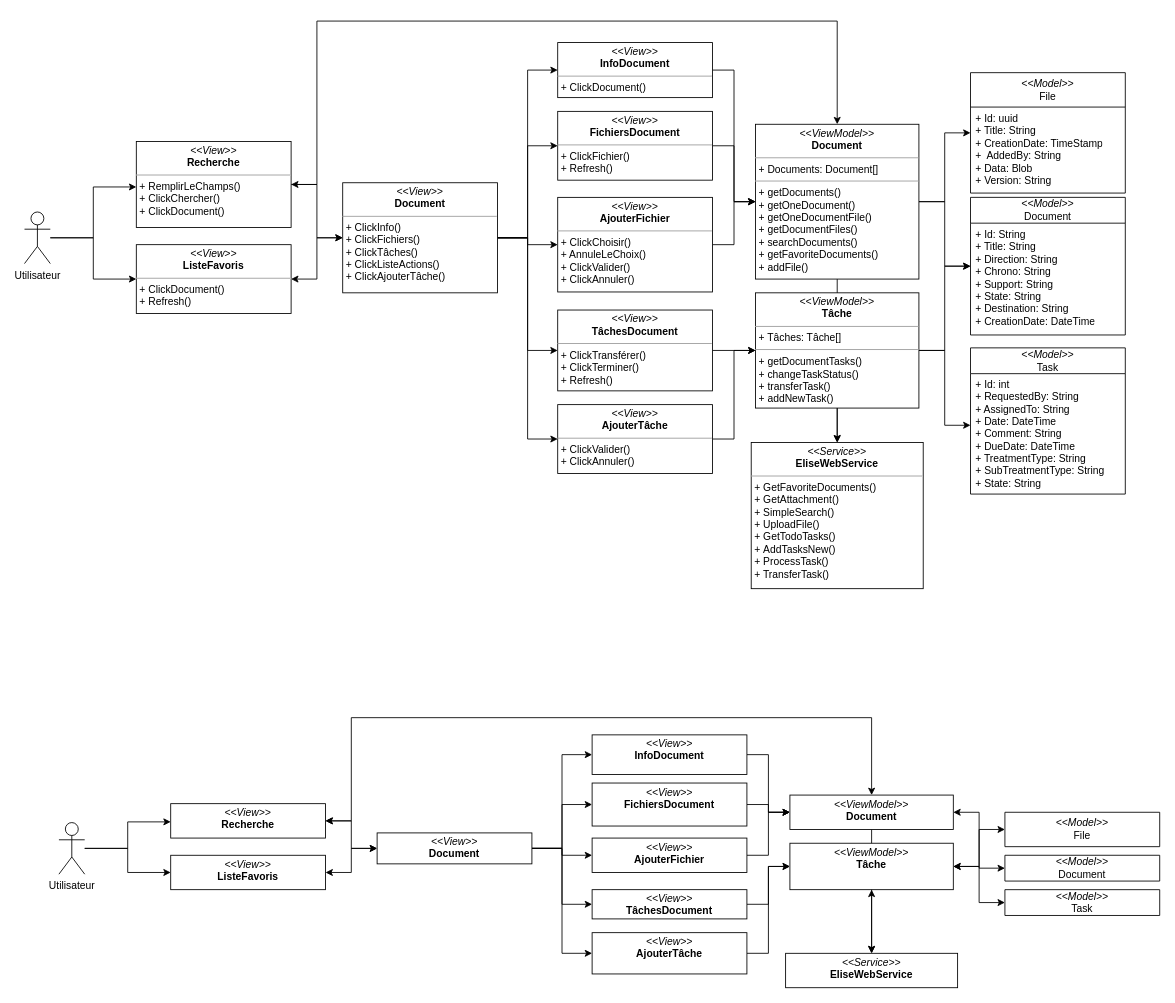
Above: dcpSprint3.drawio in PFE-Neoledge-2023/rapport (draw.io), before the change. Source tidied: cells renumbered, new cells numbered last; positions are measured from the earlier drawing's top-left corner, leaving out a move shared by most shapes. Both pictures are drawn from the tidied source at 86%, with x=0, y=0 at pixel (24, 21).
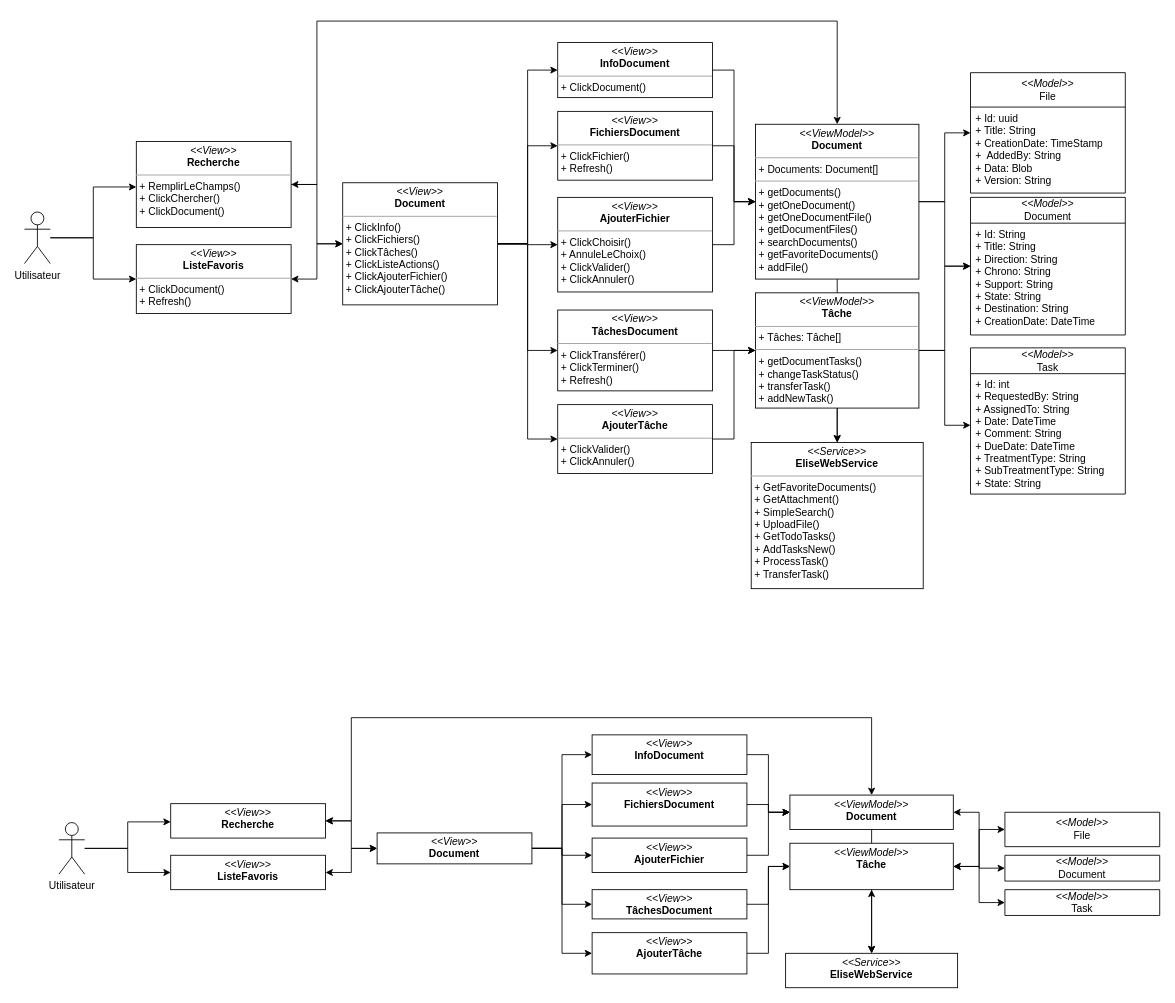
After the change.

Diff of the diagram source:
```diff
@@
-    <mxCell id="15" value="&lt;p style=&quot;margin:0px;margin-top:4px;text-align:center;&quot;&gt;&lt;i&gt;&amp;lt;&amp;lt;View&amp;gt;&amp;gt;&lt;/i&gt;&lt;br&gt;&lt;b&gt;Document&lt;/b&gt;&lt;/p&gt;&lt;hr style=&quot;border-color: var(--border-color);&quot; size=&quot;1&quot;&gt;&lt;p style=&quot;border-color: var(--border-color); margin: 0px 0px 0px 4px;&quot;&gt;+ ClickInfo()&lt;/p&gt;&lt;p style=&quot;border-color: var(--border-color); margin: 0px 0px 0px 4px;&quot;&gt;+ ClickFichiers()&lt;/p&gt;&lt;p style=&quot;border-color: var(--border-color); margin: 0px 0px 0px 4px;&quot;&gt;+ ClickTâches()&lt;/p&gt;&lt;p style=&quot;border-color: var(--border-color); margin: 0px 0px 0px 4px;&quot;&gt;+ ClickListeActions()&lt;/p&gt;&lt;p style=&quot;border-color: var(--border-color); margin: 0px 0px 0px 4px;&quot;&gt;+ ClickAjouterTâche()&lt;/p&gt;" style="verticalAlign=top;align=left;overflow=fill;fontSize=12;fontFamily=Helvetica;html=1;whiteSpace=wrap;" parent="1" vertex="1">
-      <mxGeometry x="370" y="188" width="180" height="128" as="geometry" />
+    <mxCell id="15" value="&lt;p style=&quot;margin:0px;margin-top:4px;text-align:center;&quot;&gt;&lt;i&gt;&amp;lt;&amp;lt;View&amp;gt;&amp;gt;&lt;/i&gt;&lt;br&gt;&lt;b&gt;Document&lt;/b&gt;&lt;/p&gt;&lt;hr style=&quot;border-color: var(--border-color);&quot; size=&quot;1&quot;&gt;&lt;p style=&quot;border-color: var(--border-color); margin: 0px 0px 0px 4px;&quot;&gt;+ ClickInfo()&lt;/p&gt;&lt;p style=&quot;border-color: var(--border-color); margin: 0px 0px 0px 4px;&quot;&gt;+ ClickFichiers()&lt;/p&gt;&lt;p style=&quot;border-color: var(--border-color); margin: 0px 0px 0px 4px;&quot;&gt;+ ClickTâches()&lt;/p&gt;&lt;p style=&quot;border-color: var(--border-color); margin: 0px 0px 0px 4px;&quot;&gt;+ ClickListeActions()&lt;/p&gt;&lt;p style=&quot;border-color: var(--border-color); margin: 0px 0px 0px 4px;&quot;&gt;+ ClickAjouterFichier()&lt;/p&gt;&lt;p style=&quot;border-color: var(--border-color); margin: 0px 0px 0px 4px;&quot;&gt;+ ClickAjouterTâche()&lt;/p&gt;" style="verticalAlign=top;align=left;overflow=fill;fontSize=12;fontFamily=Helvetica;html=1;whiteSpace=wrap;" parent="1" vertex="1">
+      <mxGeometry x="370" y="188" width="180" height="142" as="geometry" />
     </mxCell>
```
